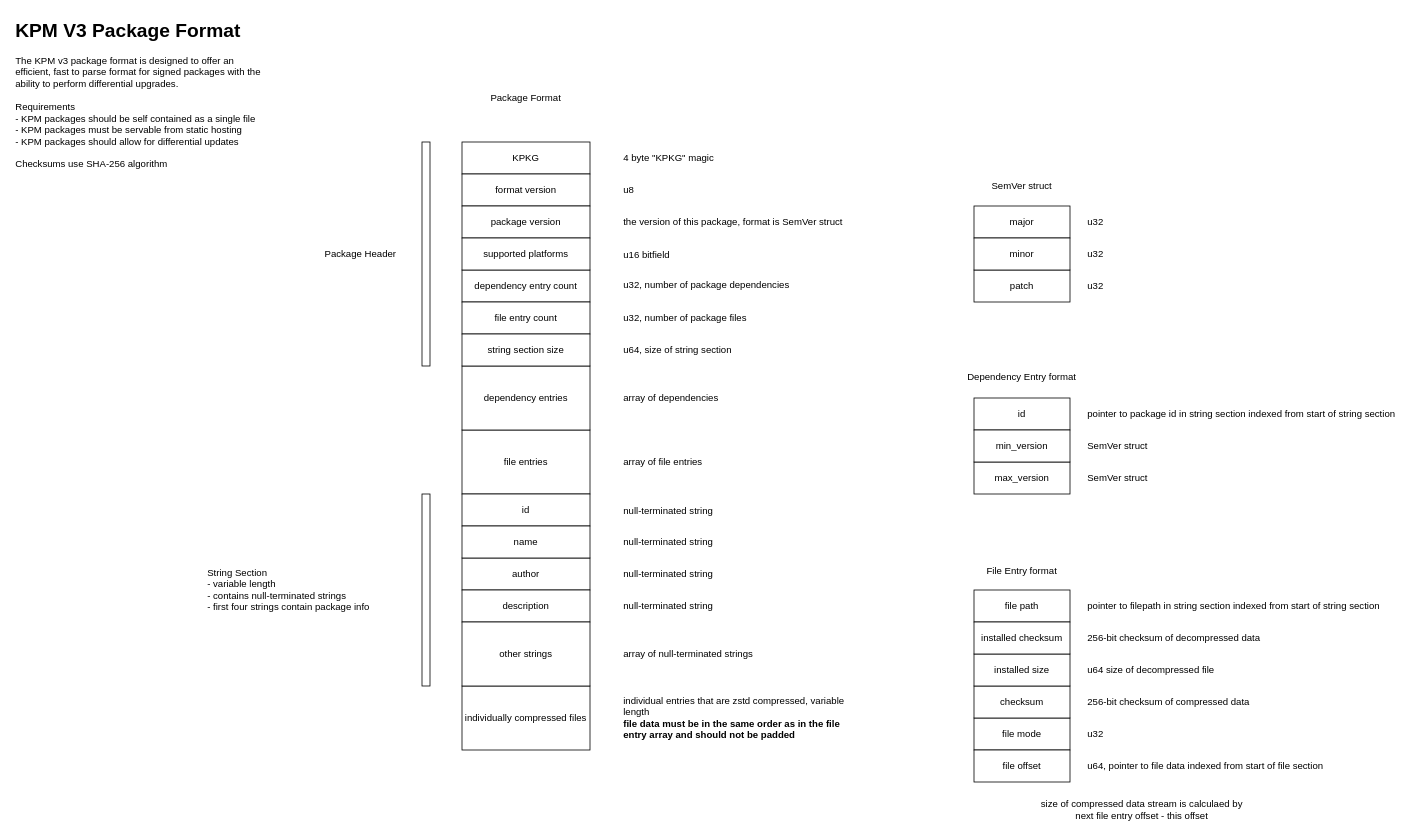
This is docs/KPKG Spec.drawio from KindleModding/KPM, a draw.io file, before an edit. Source tidied: cells renumbered, new cells numbered last; positions are measured from the earlier drawing's top-left corner, leaving out a move shared by most shapes. Both pictures are drawn from the tidied source at 80%, with x=0, y=0 at pixel (14, 14).
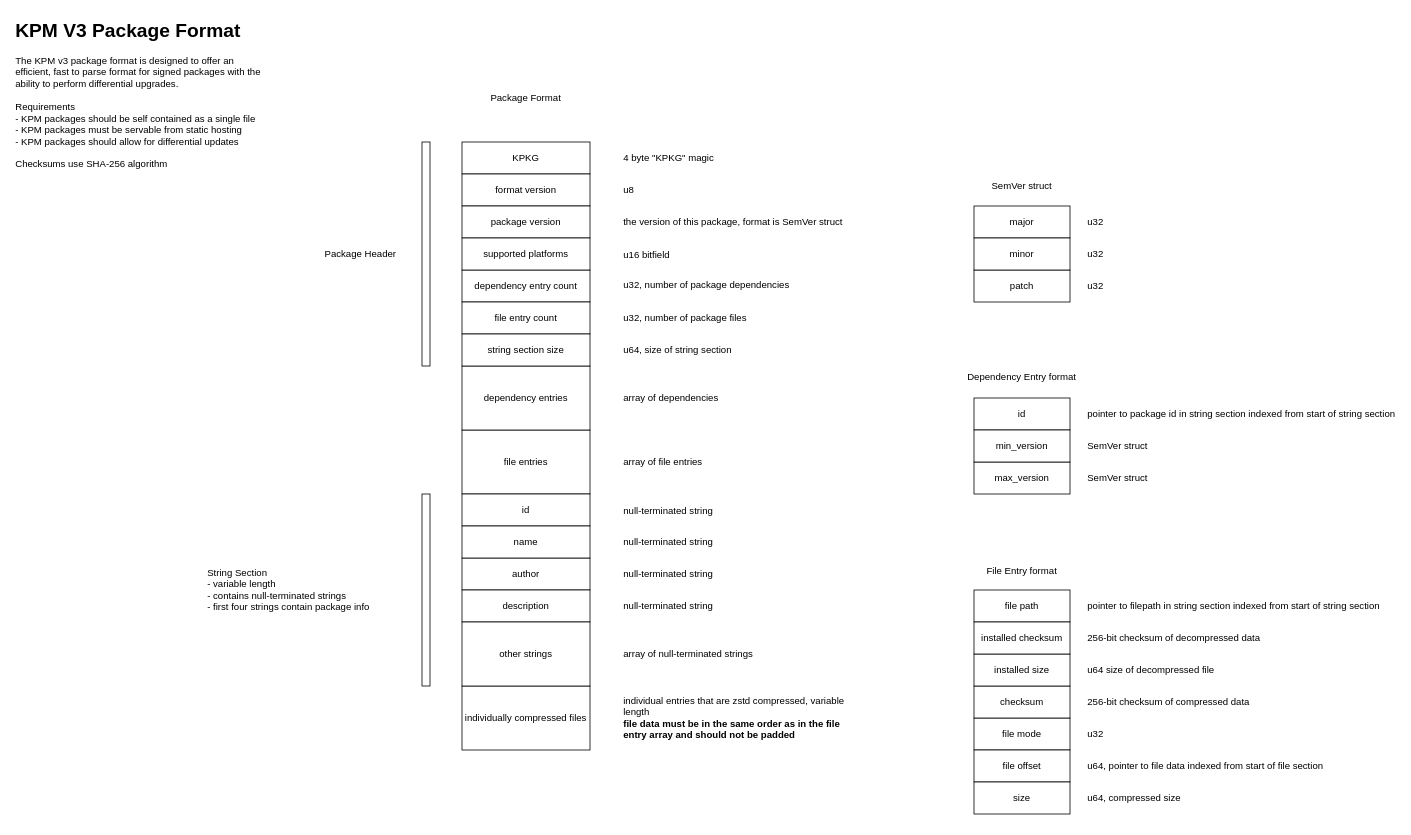
The same page after the edit.

Commit message (it also covers changes not shown here):
core/Update KPKG3 format to include a size for each file entry (fixes streaming issues)

The edit, as a diff of the source:
```diff
@@
-    <mxCell id="61" value="size of compressed data stream is calculaed by next file entry offset - this offset" style="text;html=1;whiteSpace=wrap;strokeColor=none;fillColor=none;align=center;verticalAlign=middle;rounded=0;" parent="1" vertex="1">
-      <mxGeometry x="1280" y="980" width="260" height="30" as="geometry" />
-    </mxCell>
@@
+    <mxCell id="66" value="size" style="rounded=0;whiteSpace=wrap;html=1;" parent="1" vertex="1">
+      <mxGeometry x="1200" y="960" width="120" height="40" as="geometry" />
+    </mxCell>
+    <mxCell id="67" value="u64, compressed size" style="text;html=1;whiteSpace=wrap;strokeColor=none;fillColor=none;align=left;verticalAlign=middle;rounded=0;" parent="1" vertex="1">
+      <mxGeometry x="1340" y="960" width="390" height="40" as="geometry" />
+    </mxCell>
```
